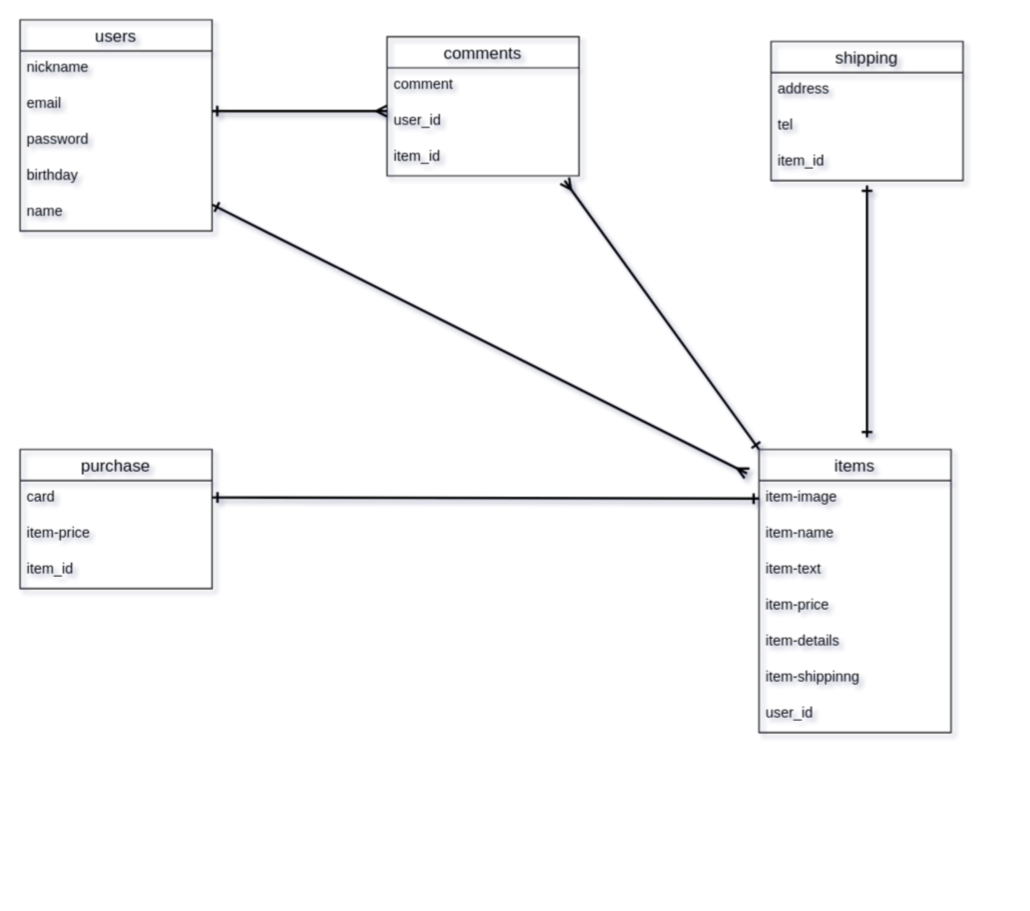
This is er .drawio from ka-jun/furima-33834, a draw.io file, before an edit. Source tidied: cells renumbered, new cells numbered last; positions are measured from the earlier drawing's top-left corner, leaving out a move shared by most shapes. Both pictures are drawn from the tidied source at 120%, with x=0, y=0 at pixel (19, 19).
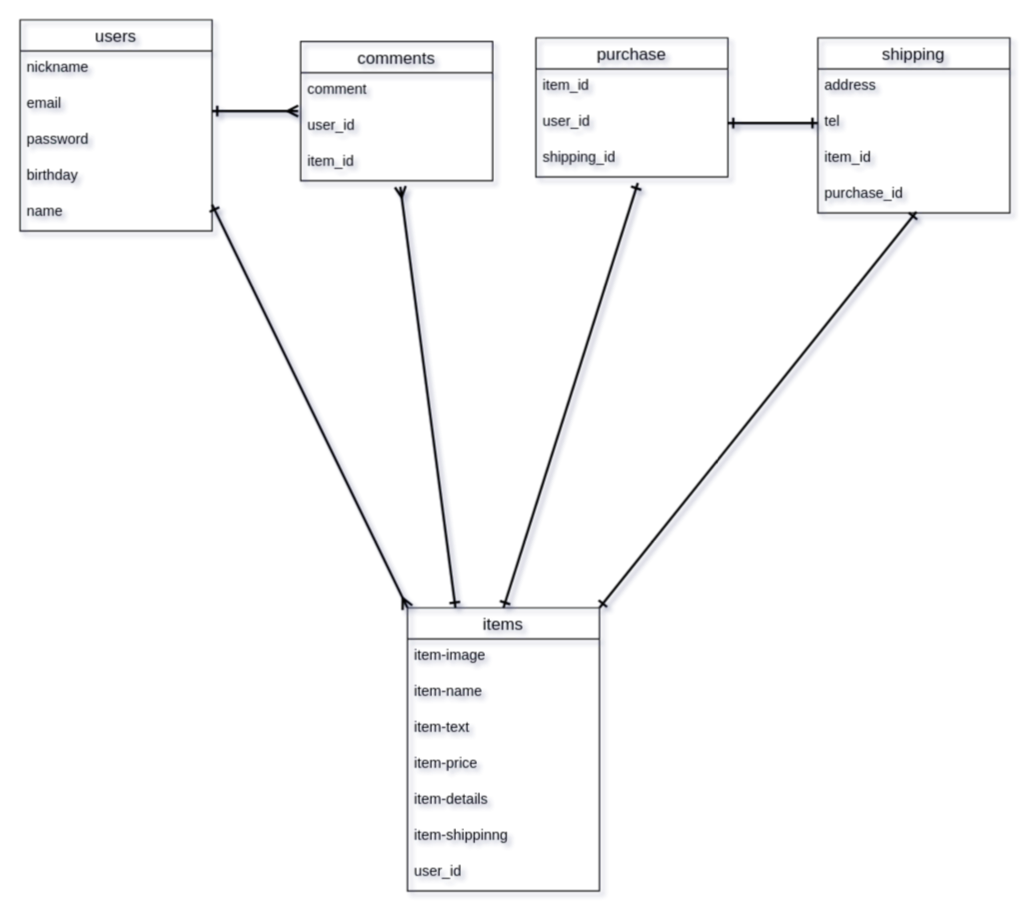
Above is the later version.

The change refers to these unchanged cells:
```xml
<mxCell id="4" value="tel" style="text;strokeColor=none;fillColor=none;spacingLeft=4;spacingRight=4;overflow=hidden;points=[[0,0.5],[1,0.5]];portConstraint=eastwest;fontSize=12;" parent="2" vertex="1">
  <mxGeometry y="56" width="160" height="30" as="geometry" />
</mxCell>
<mxCell id="7" value="item-image" style="text;strokeColor=none;fillColor=none;spacingLeft=4;spacingRight=4;overflow=hidden;points=[[0,0.5],[1,0.5]];portConstraint=eastwest;fontSize=12;" parent="6" vertex="1">
  <mxGeometry y="26" width="160" height="30" as="geometry" />
</mxCell>
<mxCell id="24" value="item_id" style="text;strokeColor=none;fillColor=none;spacingLeft=4;spacingRight=4;overflow=hidden;points=[[0,0.5],[1,0.5]];portConstraint=eastwest;fontSize=12;" parent="21" vertex="1">
  <mxGeometry y="86" width="160" height="30" as="geometry" />
</mxCell>
```

The edit, as a diff of the source:
```diff
@@
     <mxCell id="2" value="shipping" style="swimlane;fontStyle=0;horizontal=1;startSize=26;align=center;fontSize=14;fillColor=none;" parent="1" vertex="1">
-      <mxGeometry x="626" y="18" width="160" height="116" as="geometry" />
+      <mxGeometry x="665" y="15" width="160" height="146" as="geometry" />
     </mxCell>
@@
+    <mxCell id="33" value="purchase_id" style="text;strokeColor=none;fillColor=none;spacingLeft=4;spacingRight=4;overflow=hidden;points=[[0,0.5],[1,0.5]];portConstraint=eastwest;fontSize=12;" parent="2" vertex="1">
+      <mxGeometry y="116" width="160" height="30" as="geometry" />
+    </mxCell>
     <mxCell id="6" value="items" style="swimlane;fontStyle=0;horizontal=1;startSize=26;align=center;fontSize=14;fillColor=none;" parent="1" vertex="1">
-      <mxGeometry x="616" y="358" width="160" height="236" as="geometry" />
+      <mxGeometry x="323" y="490" width="160" height="236" as="geometry" />
     </mxCell>
@@
     <mxCell id="14" value="purchase" style="swimlane;fontStyle=0;horizontal=1;startSize=26;align=center;fontSize=14;fillColor=none;" parent="1" vertex="1">
-      <mxGeometry x="0.2" y="358" width="160" height="116" as="geometry" />
+      <mxGeometry x="430" y="15" width="160" height="116" as="geometry" />
     </mxCell>
-    <mxCell id="15" value="card" style="text;strokeColor=none;fillColor=none;spacingLeft=4;spacingRight=4;overflow=hidden;fontSize=12;" parent="14" vertex="1">
-      <mxGeometry y="26" width="160" height="30" as="geometry" />
-    </mxCell>
-    <mxCell id="16" value="item-price" style="text;strokeColor=none;fillColor=none;spacingLeft=4;spacingRight=4;overflow=hidden;fontSize=12;" parent="14" vertex="1">
-      <mxGeometry y="56" width="160" height="30" as="geometry" />
-    </mxCell>
     <mxCell id="17" value="item_id" style="text;strokeColor=none;fillColor=none;spacingLeft=4;spacingRight=4;overflow=hidden;fontSize=12;" parent="14" vertex="1">
-      <mxGeometry y="86" width="160" height="30" as="geometry" />
+      <mxGeometry y="26" width="160" height="30" as="geometry" />
     </mxCell>
+    <mxCell id="34" value="user_id" style="text;strokeColor=none;fillColor=none;spacingLeft=4;spacingRight=4;overflow=hidden;points=[[0,0.5],[1,0.5]];portConstraint=eastwest;fontSize=12;" parent="14" vertex="1">
+      <mxGeometry y="56" width="160" height="30" as="geometry" />
+    </mxCell>
+    <mxCell id="35" value="shipping_id" style="text;strokeColor=none;fillColor=none;spacingLeft=4;spacingRight=4;overflow=hidden;points=[[0,0.5],[1,0.5]];portConstraint=eastwest;fontSize=12;" parent="14" vertex="1">
+      <mxGeometry y="86" width="160" height="30" as="geometry" />
+    </mxCell>
-    <mxCell id="18" style="endArrow=ERone;html=1;strokeWidth=2;startArrow=ERone;startFill=0;endFill=0;" parent="1" edge="1">
-      <mxGeometry relative="1" as="geometry">
-        <mxPoint x="706" y="348" as="sourcePoint" />
-        <mxPoint x="706" y="138" as="targetPoint" />
-      </mxGeometry>
+    <mxCell id="18" style="endArrow=ERone;html=1;strokeWidth=2;startArrow=ERone;startFill=0;endFill=0;exitX=1;exitY=0;exitDx=0;exitDy=0;entryX=0.513;entryY=0.967;entryDx=0;entryDy=0;entryPerimeter=0;" parent="1" edge="1" source="6" target="33">
+      <mxGeometry relative="1" as="geometry" />
     </mxCell>
-    <mxCell id="19" style="endArrow=ERone;html=1;strokeWidth=2;entryX=0;entryY=0.5;entryDx=0;entryDy=0;startArrow=ERone;startFill=0;endFill=0;" parent="1" edge="1" target="7">
-      <mxGeometry relative="1" as="geometry">
-        <mxPoint x="160.2" y="398" as="sourcePoint" />
-      </mxGeometry>
+    <mxCell id="19" style="endArrow=ERone;html=1;strokeWidth=2;entryX=0.5;entryY=0;entryDx=0;entryDy=0;startArrow=ERone;startFill=0;endFill=0;exitX=0.531;exitY=1.167;exitDx=0;exitDy=0;exitPerimeter=0;" parent="1" edge="1" source="35" target="6">
+      <mxGeometry relative="1" as="geometry" />
     </mxCell>
-    <mxCell id="20" style="endArrow=ERmany;html=1;strokeWidth=2;startArrow=ERone;startFill=0;endFill=0;" parent="1" edge="1">
+    <mxCell id="20" style="endArrow=ERmany;html=1;strokeWidth=2;startArrow=ERone;startFill=0;endFill=0;entryX=0;entryY=0;entryDx=0;entryDy=0;" parent="1" edge="1" target="6">
       <mxGeometry relative="1" as="geometry">
         <mxPoint x="160.2" y="154" as="sourcePoint" />
-        <mxPoint x="606" y="378" as="targetPoint" />
       </mxGeometry>
     </mxCell>
     <mxCell id="21" value="comments" style="swimlane;fontStyle=0;horizontal=1;startSize=26;align=center;fontSize=14;fillColor=none;" parent="1" vertex="1">
-      <mxGeometry x="306" y="14" width="160" height="116" as="geometry" />
+      <mxGeometry x="234" y="18" width="160" height="116" as="geometry" />
     </mxCell>
@@
     <mxCell id="25" style="endArrow=ERmany;html=1;fontColor=#F0F0F0;startArrow=ERone;startFill=0;endFill=0;strokeWidth=2;" parent="1" edge="1">
       <mxGeometry relative="1" as="geometry">
         <mxPoint x="160" y="76" as="sourcePoint" />
-        <mxPoint x="306" y="76" as="targetPoint" />
+        <mxPoint x="232" y="76" as="targetPoint" />
       </mxGeometry>
     </mxCell>
-    <mxCell id="26" style="endArrow=ERone;html=1;strokeWidth=2;fontColor=#F0F0F0;entryX=0;entryY=0;entryDx=0;entryDy=0;startArrow=ERmany;startFill=0;endFill=0;exitX=0.925;exitY=1.133;exitDx=0;exitDy=0;exitPerimeter=0;" parent="1" edge="1" source="24" target="6">
-      <mxGeometry relative="1" as="geometry" />
-    </mxCell>
@@
+    <mxCell id="36" style="endArrow=ERmany;html=1;strokeWidth=2;fontColor=#000000;entryX=0.519;entryY=1.167;entryDx=0;entryDy=0;entryPerimeter=0;exitX=0.25;exitY=0;exitDx=0;exitDy=0;startArrow=ERone;startFill=0;endFill=0;" parent="1" edge="1" source="6" target="24">
+      <mxGeometry relative="1" as="geometry" />
+    </mxCell>
+    <mxCell id="37" style="endArrow=ERone;html=1;strokeWidth=2;fontColor=#000000;exitX=1;exitY=0.5;exitDx=0;exitDy=0;entryX=0;entryY=0.5;entryDx=0;entryDy=0;startArrow=ERone;startFill=0;endFill=0;" parent="1" edge="1" source="34" target="4">
+      <mxGeometry relative="1" as="geometry" />
+    </mxCell>
```
